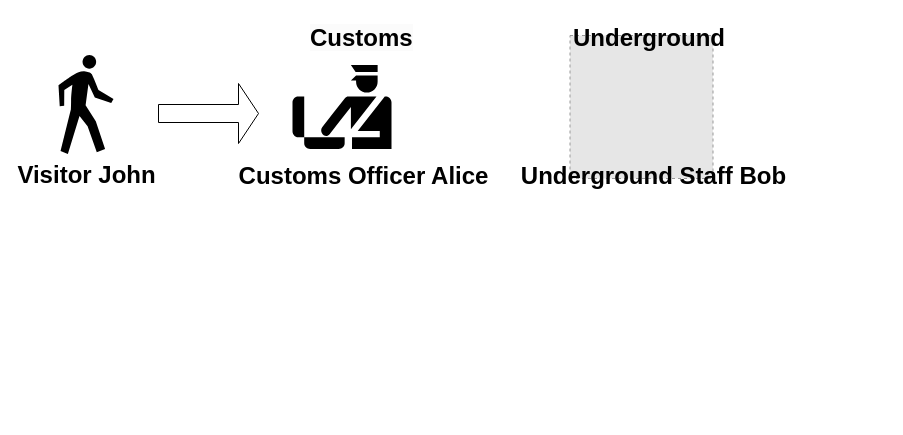
Before: john trace.drawio in sunmiao0301/Public-Pic-Bed, a draw.io diagram. Source tidied: cells renumbered, new cells numbered last; positions are measured from the earlier drawing's top-left corner, leaving out a move shared by most shapes. Both pictures are drawn from the tidied source at 100%, with x=0, y=0 at pixel (58, 17). Pictures stored in the file or linked from it are replaced by grey dashed boxes.
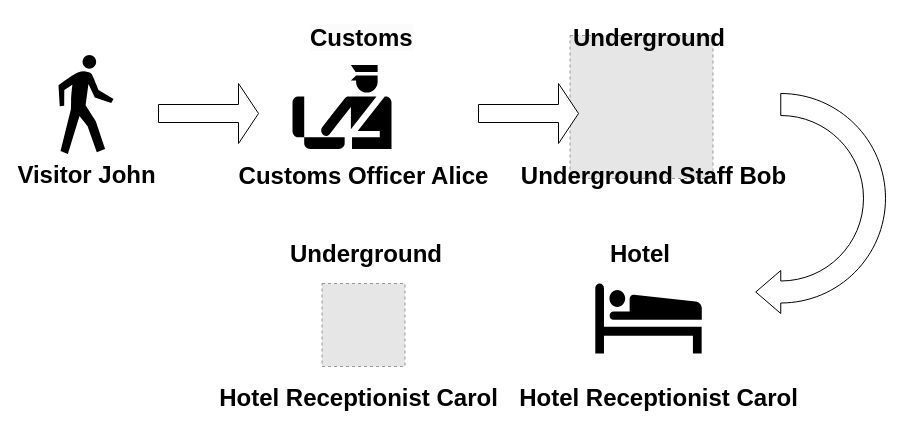
After the change.

Change to the diagram source:
```diff
@@
 <mxGraphModel>
   <root>
     <mxCell id="0" />
     <mxCell id="1" parent="0" />
     <mxCell id="2" value="&lt;b style=&quot;border-color: var(--border-color); font-size: 24px;&quot;&gt;Visitor John&lt;/b&gt;" style="shape=mxgraph.signs.people.walking;html=1;fillColor=#000000;strokeColor=none;verticalLabelPosition=bottom;verticalAlign=top;align=center;" parent="1" vertex="1">
       <mxGeometry y="37.5" width="55" height="99" as="geometry" />
     </mxCell>
     <mxCell id="3" style="shape=singleArrow;whiteSpace=wrap;html=1;" parent="1" vertex="1">
       <mxGeometry x="100" y="66" width="100" height="60" as="geometry" />
     </mxCell>
     <mxCell id="4" style="group;" parent="1" vertex="1">
       <mxGeometry x="170" width="270" height="179" as="geometry" />
     </mxCell>
     <mxCell id="5" style="shape=mxgraph.signs.travel.customs;html=1;fillColor=#000000;strokeColor=none;verticalLabelPosition=bottom;verticalAlign=top;align=center;" parent="4" vertex="1">
       <mxGeometry x="64" y="47.5" width="99" height="84" as="geometry" />
     </mxCell>
     <mxCell id="6" value="&lt;b style=&quot;border-color: var(--border-color); font-size: 24px;&quot;&gt;Customs Officer Alice&lt;/b&gt;" style="text;html=1;align=center;verticalAlign=middle;strokeColor=none;fillColor=none;" parent="4" vertex="1">
       <mxGeometry y="139" width="270" height="40" as="geometry" />
     </mxCell>
     <mxCell id="7" value="&lt;b style=&quot;border-color: var(--border-color); color: rgb(0, 0, 0); font-family: Helvetica; font-style: normal; font-variant-ligatures: normal; font-variant-caps: normal; letter-spacing: normal; orphans: 2; text-align: center; text-indent: 0px; text-transform: none; widows: 2; word-spacing: 0px; -webkit-text-stroke-width: 0px; background-color: rgb(251, 251, 251); text-decoration-thickness: initial; text-decoration-style: initial; text-decoration-color: initial; font-size: 24px;&quot;&gt;Customs&lt;/b&gt;" style="text;whiteSpace=wrap;html=1;" parent="4" vertex="1">
       <mxGeometry x="80" width="140" height="50" as="geometry" />
     </mxCell>
     <mxCell id="8" style="fillColor=#E6E6E6;strokeColor=#999999;dashed=1;html=1;verticalAlign=top;verticalLabelPosition=bottom;labelBackgroundColor=#ffffff;" parent="1" vertex="1">
       <mxGeometry x="511.5" y="18" width="143" height="143" as="geometry" />
     </mxCell>
     <mxCell id="9" value="&lt;div style=&quot;text-align: center;&quot;&gt;&lt;span style=&quot;background-color: initial; font-size: 24px;&quot;&gt;&lt;b&gt;Underground&lt;/b&gt;&lt;/span&gt;&lt;/div&gt;" style="text;whiteSpace=wrap;html=1;" parent="1" vertex="1">
       <mxGeometry x="513" width="140" height="50" as="geometry" />
     </mxCell>
     <mxCell id="10" value="&lt;font style=&quot;font-size: 24px;&quot;&gt;&lt;b&gt;Underground Staff Bob&lt;/b&gt;&lt;/font&gt;" style="text;html=1;align=center;verticalAlign=middle;strokeColor=none;fillColor=none;" parent="1" vertex="1">
       <mxGeometry x="450" y="138.5" width="290" height="40" as="geometry" />
     </mxCell>
+    <mxCell id="11" style="shape=singleArrow;whiteSpace=wrap;html=1;" parent="1" vertex="1">
+      <mxGeometry x="420" y="66" width="100" height="60" as="geometry" />
+    </mxCell>
+    <mxCell id="12" style="html=1;shadow=0;dashed=0;align=center;verticalAlign=middle;shape=mxgraph.arrows2.uTurnArrow;dy=11;arrowHead=43;dx2=25;rotation=-180;" parent="1" vertex="1">
+      <mxGeometry x="727" y="76" width="100" height="220" as="geometry" />
+    </mxCell>
+    <mxCell id="13" style="shape=mxgraph.signs.travel.hotel;html=1;fillColor=#000000;strokeColor=none;verticalLabelPosition=bottom;verticalAlign=top;align=center;" parent="1" vertex="1">
+      <mxGeometry x="536.8" y="266" width="106.5" height="70" as="geometry" />
+    </mxCell>
+    <mxCell id="14" value="&lt;div style=&quot;text-align: center;&quot;&gt;&lt;span style=&quot;background-color: initial; font-size: 24px;&quot;&gt;&lt;b&gt;Hotel&lt;/b&gt;&lt;/span&gt;&lt;/div&gt;" style="text;whiteSpace=wrap;html=1;" parent="1" vertex="1">
+      <mxGeometry x="550" y="216" width="140" height="50" as="geometry" />
+    </mxCell>
+    <mxCell id="15" value="&lt;font style=&quot;font-size: 24px;&quot;&gt;&lt;b&gt;Hotel Receptionist Carol&lt;/b&gt;&lt;/font&gt;" style="text;html=1;align=center;verticalAlign=middle;strokeColor=none;fillColor=none;" parent="1" vertex="1">
+      <mxGeometry x="450" y="361" width="300" height="40" as="geometry" />
+    </mxCell>
+    <mxCell id="16" value="&lt;div style=&quot;text-align: center;&quot;&gt;&lt;span style=&quot;background-color: initial; font-size: 24px;&quot;&gt;&lt;b&gt;Underground&lt;/b&gt;&lt;/span&gt;&lt;/div&gt;" style="text;whiteSpace=wrap;html=1;" parent="1" vertex="1">
+      <mxGeometry x="230" y="216" width="140" height="50" as="geometry" />
+    </mxCell>
+    <mxCell id="17" style="fillColor=#E6E6E6;strokeColor=#999999;dashed=1;html=1;verticalAlign=top;verticalLabelPosition=bottom;labelBackgroundColor=#ffffff;" parent="1" vertex="1">
+      <mxGeometry x="263.5" y="266" width="83" height="83" as="geometry" />
+    </mxCell>
+    <mxCell id="18" value="&lt;font style=&quot;font-size: 24px;&quot;&gt;&lt;b&gt;Hotel Receptionist Carol&lt;/b&gt;&lt;/font&gt;" style="text;html=1;align=center;verticalAlign=middle;strokeColor=none;fillColor=none;" parent="1" vertex="1">
+      <mxGeometry x="150" y="361" width="300" height="40" as="geometry" />
+    </mxCell>
   </root>
 </mxGraphModel>
```
